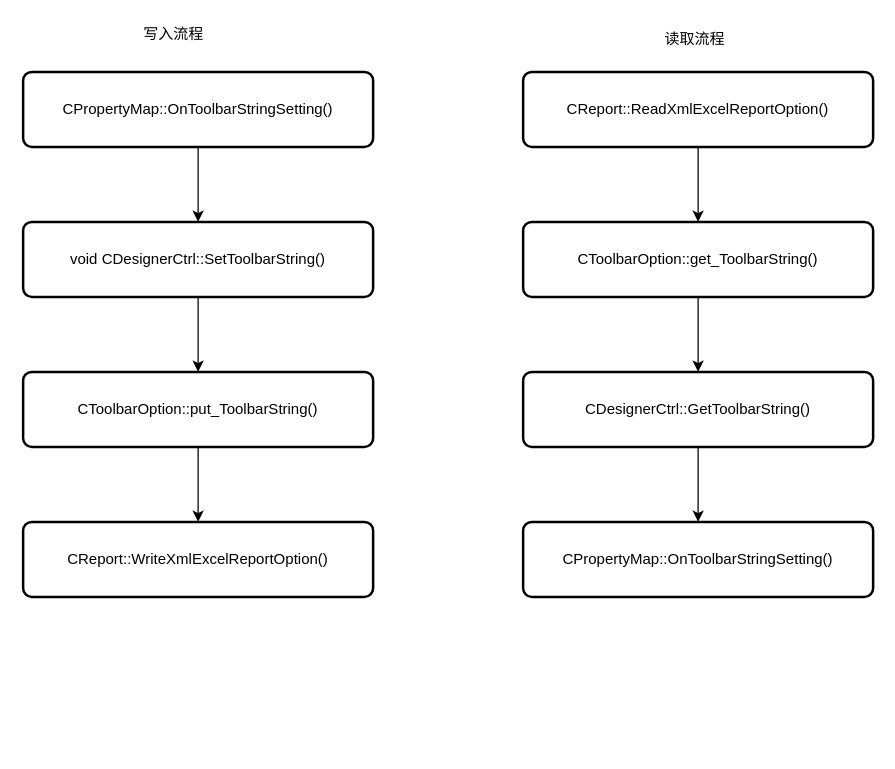
The draw.io diagram 工具栏读写流程.drawio in wxj1102/draw.io, before the edit. Source tidied: cells renumbered, new cells numbered last; positions are measured from the earlier drawing's top-left corner, leaving out a move shared by most shapes. Both pictures are drawn from the tidied source at 125%, with x=0, y=0 at pixel (22, 21).
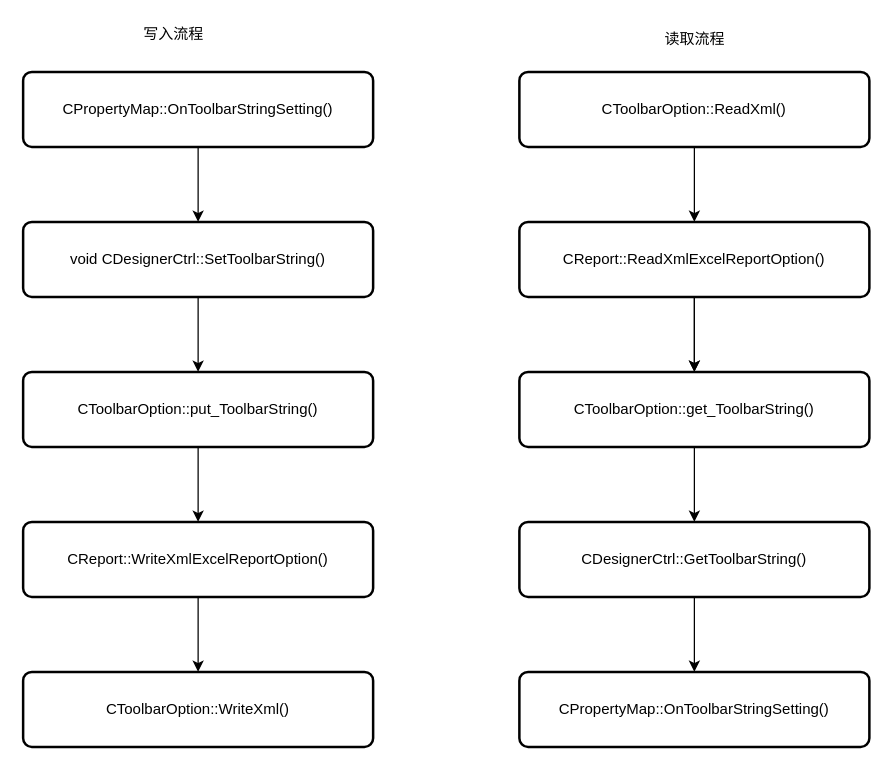
After the change.

Commit message:
更新工具栏读写流程.drawio

Unchanged cells that the change refers to:
```xml
<mxCell id="8" value="CReport::WriteXmlExcelReportOption()" style="rounded=1;whiteSpace=wrap;html=1;absoluteArcSize=1;arcSize=14;strokeWidth=2;" parent="1" vertex="1">
  <mxGeometry y="400" width="280" height="60" as="geometry" />
</mxCell>
```

What changed in the source:
```diff
@@
+    <mxCell id="18" style="edgeStyle=orthogonalEdgeStyle;rounded=0;jettySize=auto;html=1;" parent="1" edge="1" source="8" target="19">
+      <mxGeometry relative="1" as="geometry" />
+    </mxCell>
@@
+    <mxCell id="19" value="CToolbarOption::WriteXml()" style="rounded=1;whiteSpace=wrap;html=1;absoluteArcSize=1;arcSize=14;strokeWidth=2;" parent="1" vertex="1">
+      <mxGeometry y="520" width="280" height="60" as="geometry" />
+    </mxCell>
@@
+    <mxCell id="20" style="edgeStyle=orthogonalEdgeStyle;rounded=0;jettySize=auto;html=1;" parent="1" edge="1" source="10" target="12">
+      <mxGeometry relative="1" as="geometry" />
+    </mxCell>
     <mxCell id="10" value="CReport::ReadXmlExcelReportOption()" style="rounded=1;whiteSpace=wrap;html=1;absoluteArcSize=1;arcSize=14;strokeWidth=2;" parent="1" vertex="1">
-      <mxGeometry x="400" y="40" width="280" height="60" as="geometry" />
+      <mxGeometry x="397" y="160" width="280" height="60" as="geometry" />
     </mxCell>
@@
     <mxCell id="12" value="CToolbarOption::get_ToolbarString()" style="rounded=1;whiteSpace=wrap;html=1;absoluteArcSize=1;arcSize=14;strokeWidth=2;" parent="1" vertex="1">
-      <mxGeometry x="400" y="160" width="280" height="60" as="geometry" />
+      <mxGeometry x="397" y="280" width="280" height="60" as="geometry" />
     </mxCell>
@@
     <mxCell id="14" value="CDesignerCtrl::GetToolbarString()" style="rounded=1;whiteSpace=wrap;html=1;absoluteArcSize=1;arcSize=14;strokeWidth=2;" parent="1" vertex="1">
-      <mxGeometry x="400" y="280" width="280" height="60" as="geometry" />
+      <mxGeometry x="397" y="400" width="280" height="60" as="geometry" />
     </mxCell>
     <mxCell id="15" value="CPropertyMap::OnToolbarStringSetting()" style="rounded=1;whiteSpace=wrap;html=1;absoluteArcSize=1;arcSize=14;strokeWidth=2;" parent="1" vertex="1">
-      <mxGeometry x="400" y="400" width="280" height="60" as="geometry" />
+      <mxGeometry x="397" y="520" width="280" height="60" as="geometry" />
     </mxCell>
+    <mxCell id="21" style="edgeStyle=orthogonalEdgeStyle;rounded=0;jettySize=auto;html=1;" parent="1" edge="1" source="22" target="10">
+      <mxGeometry relative="1" as="geometry" />
+    </mxCell>
+    <mxCell id="22" value="CToolbarOption::ReadXml()" style="rounded=1;whiteSpace=wrap;html=1;absoluteArcSize=1;arcSize=14;strokeWidth=2;" parent="1" vertex="1">
+      <mxGeometry x="397" y="40" width="280" height="60" as="geometry" />
+    </mxCell>
```
